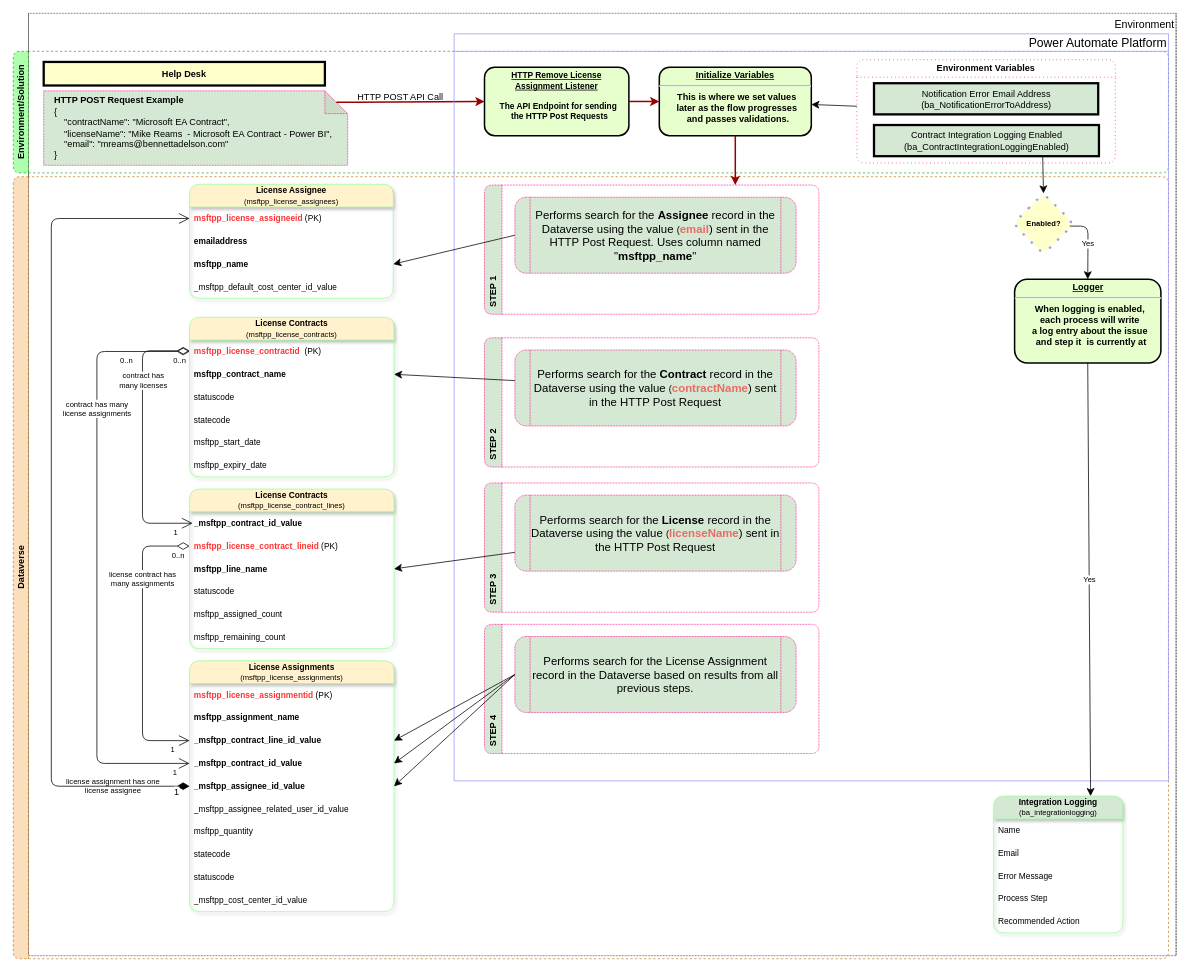
This is page "HTTP Remove Listener" (1 of 2) of Untitled Diagram.drawio from bennettadelson-org/diagrams, a draw.io file, before an edit. Source tidied: cells renumbered, new cells numbered last; positions are measured from the earlier drawing's top-left corner, leaving out a move shared by most shapes. Both pictures are drawn from the tidied source at 76%, with x=0, y=0 at pixel (13, 13).
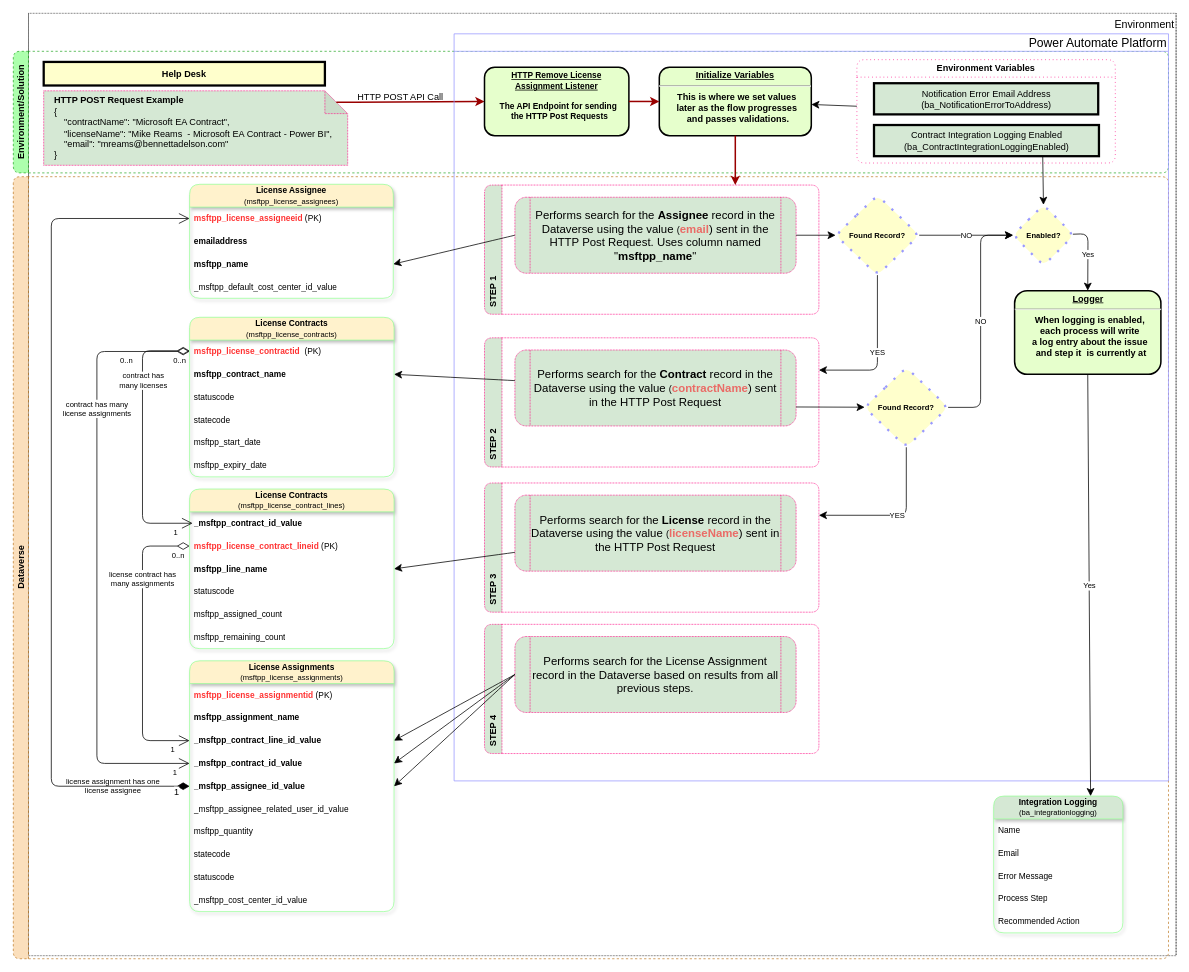
The same page after the edit.

The change refers to these unchanged cells:
```xml
<mxCell id="56" value="Power Automate Platform" style="swimlane;whiteSpace=wrap;html=1;fontSize=16;strokeColor=#9999FF;fontStyle=0;align=right;" parent="1" vertex="1">
  <mxGeometry x="580" y="27" width="940" height="983" as="geometry" />
</mxCell>
<mxCell id="67" value="&lt;font style=&quot;border-color: var(--border-color); font-size: 15px;&quot; color=&quot;#000000&quot;&gt;Performs search for the&amp;nbsp;&lt;b style=&quot;border-color: var(--border-color);&quot;&gt;Assignee&amp;nbsp;&lt;/b&gt;record in the Dataverse using the value&amp;nbsp;&lt;/font&gt;(&lt;b style=&quot;border-color: var(--border-color); font-size: 15px;&quot;&gt;&lt;font style=&quot;border-color: var(--border-color);&quot; color=&quot;#ea6b66&quot;&gt;email&lt;/font&gt;&lt;/b&gt;&lt;span style=&quot;border-color: var(--border-color); font-size: 15px;&quot;&gt;) sent in the HTTP Post Request. Uses column named &quot;&lt;b&gt;msftpp_name&lt;/b&gt;&quot;&lt;/span&gt;" style="shape=process;whiteSpace=wrap;html=1;backgroundOutline=1;rounded=1;dashed=1;dashPattern=1 1;labelBackgroundColor=none;strokeColor=#FF0080;strokeWidth=1;fontSize=12;fontColor=#000000;fillColor=#D5E8D4;size=0.05405405405405406;" parent="66" vertex="1">
  <mxGeometry x="40" y="16" width="370" height="100" as="geometry" />
</mxCell>
<mxCell id="68" value="&amp;nbsp; STEP 2" style="swimlane;horizontal=0;whiteSpace=wrap;html=1;rounded=1;dashed=1;dashPattern=1 1;labelBackgroundColor=none;strokeColor=#FF0080;strokeWidth=1;fontSize=12;fontColor=#000000;fillColor=#D5E8D4;align=left;" parent="56" vertex="1">
  <mxGeometry x="40" y="400" width="440" height="170" as="geometry" />
</mxCell>
<mxCell id="69" value="&lt;font style=&quot;border-color: var(--border-color); font-size: 15px;&quot; color=&quot;#000000&quot;&gt;Performs search for the&amp;nbsp;&lt;b style=&quot;border-color: var(--border-color);&quot;&gt;Contract&amp;nbsp;&lt;/b&gt;record in the Dataverse using the value&amp;nbsp;&lt;/font&gt;(&lt;b style=&quot;border-color: var(--border-color); font-size: 15px;&quot;&gt;&lt;font style=&quot;border-color: var(--border-color);&quot; color=&quot;#ea6b66&quot;&gt;contractName&lt;/font&gt;&lt;/b&gt;&lt;span style=&quot;border-color: var(--border-color); font-size: 15px;&quot;&gt;) sent in the HTTP Post Request&lt;/span&gt;" style="shape=process;whiteSpace=wrap;html=1;backgroundOutline=1;rounded=1;dashed=1;dashPattern=1 1;labelBackgroundColor=none;strokeColor=#FF0080;strokeWidth=1;fontSize=12;fontColor=#000000;fillColor=#D5E8D4;size=0.05405405405405406;" parent="68" vertex="1">
  <mxGeometry x="40" y="16" width="370" height="100" as="geometry" />
</mxCell>
<mxCell id="72" value="&amp;nbsp; STEP 3" style="swimlane;horizontal=0;whiteSpace=wrap;html=1;rounded=1;dashed=1;dashPattern=1 1;labelBackgroundColor=none;strokeColor=#FF0080;strokeWidth=1;fontSize=12;fontColor=#000000;fillColor=#D5E8D4;align=left;" parent="56" vertex="1">
  <mxGeometry x="40" y="591" width="440" height="170" as="geometry" />
</mxCell>
```

The edit, as a diff of the source:
```diff
@@
     <mxCell id="60" value="Enabled?" style="rhombus;whiteSpace=wrap;html=1;fillColor=#FFFFCC;fontStyle=1;strokeWidth=3;rounded=1;dashed=1;dashPattern=1 4;labelBackgroundColor=none;strokeColor=#9999FF;fontSize=10;fontColor=#000000;" parent="56" vertex="1">
-      <mxGeometry x="735.5" y="210" width="80" height="80" as="geometry" />
+      <mxGeometry x="735.5" y="225" width="80" height="80" as="geometry" />
     </mxCell>
@@
+    <mxCell id="84" value="Found Record?" style="rhombus;whiteSpace=wrap;html=1;fillColor=#FFFFCC;fontStyle=1;strokeWidth=3;rounded=1;dashed=1;dashPattern=1 4;labelBackgroundColor=none;strokeColor=#9999FF;fontSize=10;fontColor=#000000;" parent="56" vertex="1">
+      <mxGeometry x="502" y="212.5" width="110" height="105" as="geometry" />
+    </mxCell>
+    <mxCell id="85" style="edgeStyle=none;rounded=1;jettySize=auto;html=1;fontSize=10;fontColor=#000000;startSize=8;endSize=8;exitX=1;exitY=0.5;exitDx=0;exitDy=0;entryX=0;entryY=0.5;entryDx=0;entryDy=0;" parent="56" edge="1" source="67" target="84">
+      <mxGeometry relative="1" as="geometry" />
+    </mxCell>
+    <mxCell id="86" value="YES" style="edgeStyle=orthogonalEdgeStyle;rounded=1;jettySize=auto;html=1;fontSize=10;fontColor=#000000;startSize=8;endSize=8;exitX=0.5;exitY=1;exitDx=0;exitDy=0;entryX=1;entryY=0.25;entryDx=0;entryDy=0;" parent="56" edge="1" source="84" target="68">
+      <mxGeometry relative="1" as="geometry" />
+    </mxCell>
+    <mxCell id="87" value="NO" style="edgeStyle=none;rounded=1;jettySize=auto;html=1;fontSize=10;fontColor=#000000;startSize=8;endSize=8;exitX=1;exitY=0.5;exitDx=0;exitDy=0;" parent="56" edge="1" source="84" target="60">
+      <mxGeometry relative="1" as="geometry" />
+    </mxCell>
+    <mxCell id="88" value="Found Record?" style="rhombus;whiteSpace=wrap;html=1;fillColor=#FFFFCC;fontStyle=1;strokeWidth=3;rounded=1;dashed=1;dashPattern=1 4;labelBackgroundColor=none;strokeColor=#9999FF;fontSize=10;fontColor=#000000;" parent="56" vertex="1">
+      <mxGeometry x="540" y="439" width="110" height="105" as="geometry" />
+    </mxCell>
+    <mxCell id="89" style="edgeStyle=none;rounded=1;jettySize=auto;html=1;fontSize=10;fontColor=#000000;startSize=8;endSize=8;exitX=1;exitY=0.75;exitDx=0;exitDy=0;" parent="56" edge="1" source="69" target="88">
+      <mxGeometry relative="1" as="geometry" />
+    </mxCell>
+    <mxCell id="90" value="NO" style="edgeStyle=orthogonalEdgeStyle;rounded=1;jettySize=auto;html=1;fontSize=10;fontColor=#000000;startSize=8;endSize=8;exitX=1;exitY=0.5;exitDx=0;exitDy=0;entryX=0;entryY=0.5;entryDx=0;entryDy=0;" parent="56" edge="1" source="88" target="60">
+      <mxGeometry relative="1" as="geometry" />
+    </mxCell>
+    <mxCell id="91" value="YES" style="edgeStyle=orthogonalEdgeStyle;rounded=1;jettySize=auto;html=1;fontSize=10;fontColor=#000000;startSize=8;endSize=8;entryX=1;entryY=0.25;entryDx=0;entryDy=0;exitX=0.5;exitY=1;exitDx=0;exitDy=0;" parent="56" edge="1" source="88" target="72">
+      <mxGeometry relative="1" as="geometry" />
+    </mxCell>
@@
     <mxCell id="78" value="&lt;p style=&quot;margin: 0px; margin-top: 4px; text-align: center; text-decoration: underline;&quot;&gt;&lt;strong&gt;Logger&lt;/strong&gt;&lt;/p&gt;&lt;hr&gt;&lt;p style=&quot;margin: 0px; margin-left: 8px;&quot;&gt;When logging is enabled,&amp;nbsp;&lt;/p&gt;&lt;p style=&quot;margin: 0px; margin-left: 8px;&quot;&gt;each process will write&amp;nbsp;&lt;/p&gt;&lt;p style=&quot;margin: 0px; margin-left: 8px;&quot;&gt;a log entry about the issue&amp;nbsp;&lt;/p&gt;&lt;p style=&quot;margin: 0px; margin-left: 8px;&quot;&gt;and step it&amp;nbsp; is currently at&lt;/p&gt;" style="verticalAlign=middle;align=center;overflow=fill;fontSize=12;fontFamily=Helvetica;html=1;rounded=1;fontStyle=1;strokeWidth=2;fillColor=#E6FFCC;" parent="1" vertex="1">
-      <mxGeometry x="1317.5" y="350" width="192.5" height="110" as="geometry" />
+      <mxGeometry x="1317.5" y="365" width="192.5" height="110" as="geometry" />
     </mxCell>
-    <mxCell id="79" value="Yes" style="edgeStyle=none;rounded=1;jettySize=auto;html=1;fontSize=10;fontColor=#000000;startSize=8;endSize=8;entryX=0.5;entryY=0;entryDx=0;entryDy=0;" parent="1" edge="1" target="78">
+    <mxCell id="79" value="Yes" style="edgeStyle=none;rounded=1;jettySize=auto;html=1;fontSize=10;fontColor=#000000;startSize=8;endSize=8;entryX=0.5;entryY=0;entryDx=0;entryDy=0;" parent="1" edge="1" source="60" target="78">
       <mxGeometry relative="1" as="geometry">
-        <mxPoint x="1390" y="280" as="sourcePoint" />
         <Array as="points">
-          <mxPoint x="1414" y="280" />
+          <mxPoint x="1414" y="290" />
           <mxPoint x="1414" y="310" />
         </Array>
       </mxGeometry>
     </mxCell>
```
